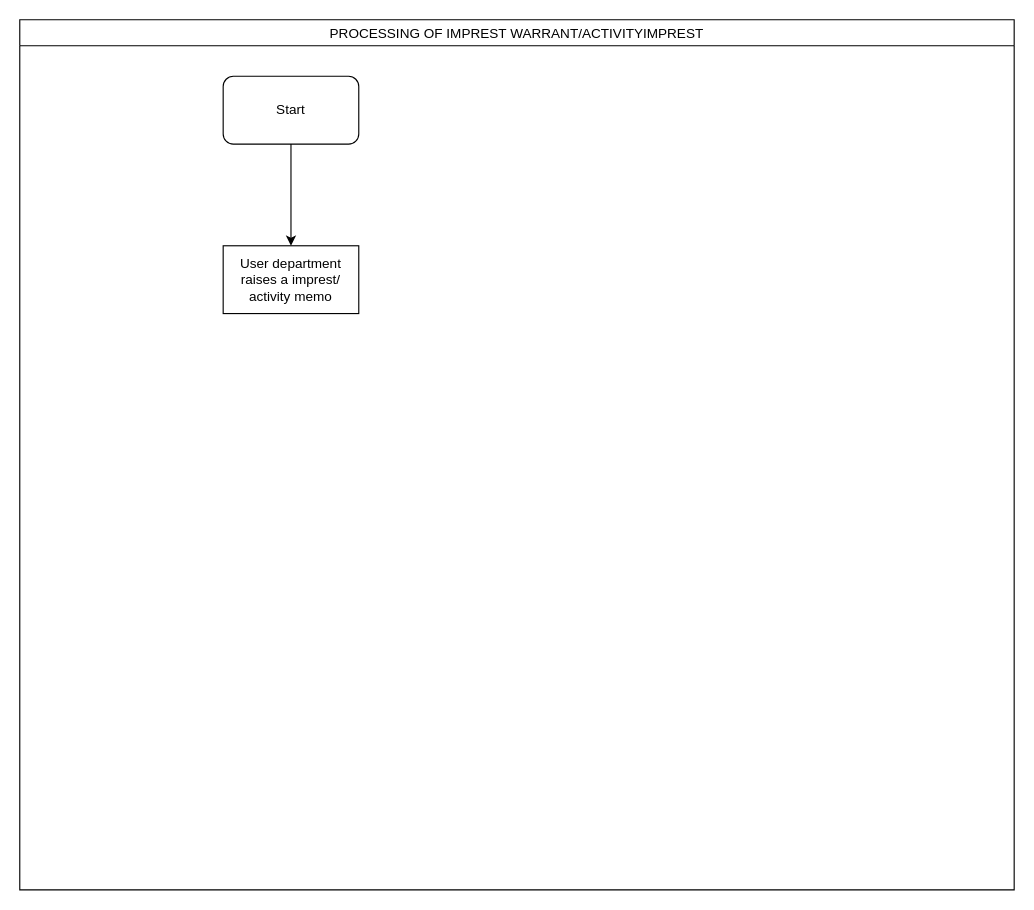
Earlier version of the draw.io diagram TPF-fin-Processing of Imprest Warrant.drawio (kmagua/flowcharts). Source tidied: cells renumbered, new cells numbered last; positions are measured from the earlier drawing's top-left corner, leaving out a move shared by most shapes. Both pictures are drawn from the tidied source at 113%, with x=0, y=0 at pixel (19, 19).
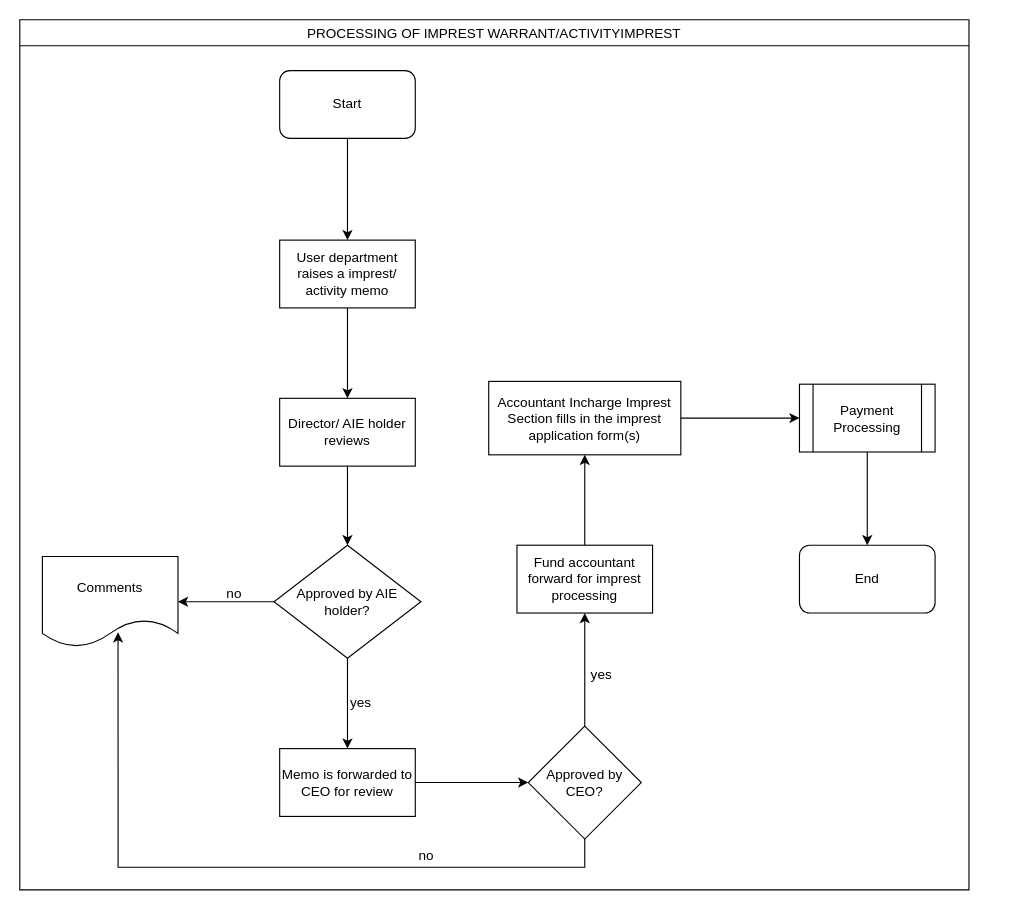
The same diagram, later.

Change to the diagram source:
```diff
@@
     <mxCell id="2" value="PROCESSING OF IMPREST WARRANT/ACTIVITYIMPREST" style="swimlane;fontStyle=0;" parent="1" vertex="1">
-      <mxGeometry width="880" height="770" as="geometry" />
+      <mxGeometry width="840" height="770" as="geometry" />
     </mxCell>
     <mxCell id="3" value="Start" style="rounded=1;whiteSpace=wrap;html=1;" parent="2" vertex="1">
-      <mxGeometry x="180" y="50" width="120" height="60" as="geometry" />
+      <mxGeometry x="230" y="45" width="120" height="60" as="geometry" />
     </mxCell>
     <mxCell id="4" value="User department raises a imprest/ activity memo" style="rounded=0;whiteSpace=wrap;html=1;" parent="2" vertex="1">
-      <mxGeometry x="180" y="200" width="120" height="60" as="geometry" />
+      <mxGeometry x="230" y="195" width="120" height="60" as="geometry" />
     </mxCell>
@@
+    <mxCell id="6" value="Approved by AIE holder?" style="rhombus;whiteSpace=wrap;html=1;rounded=0;" parent="2" vertex="1">
+      <mxGeometry x="225" y="465" width="130" height="100" as="geometry" />
+    </mxCell>
+    <mxCell id="7" value="Memo is forwarded to CEO for review" style="whiteSpace=wrap;html=1;rounded=0;" parent="2" vertex="1">
+      <mxGeometry x="230" y="645" width="120" height="60" as="geometry" />
+    </mxCell>
+    <mxCell id="8" style="edgeStyle=orthogonalEdgeStyle;rounded=0;jettySize=auto;html=1;" parent="2" edge="1" source="6" target="7">
+      <mxGeometry relative="1" as="geometry" />
+    </mxCell>
+    <mxCell id="9" value="Comments" style="shape=document;whiteSpace=wrap;html=1;boundedLbl=1;rounded=0;" parent="2" vertex="1">
+      <mxGeometry x="20" y="475" width="120" height="80" as="geometry" />
+    </mxCell>
+    <mxCell id="10" style="edgeStyle=orthogonalEdgeStyle;rounded=0;jettySize=auto;html=1;exitX=0;exitY=0.5;exitDx=0;exitDy=0;entryX=1;entryY=0.5;entryDx=0;entryDy=0;" parent="2" edge="1" source="6" target="9">
+      <mxGeometry relative="1" as="geometry" />
+    </mxCell>
+    <mxCell id="11" value="Accountant Incharge Imprest Section fills in the imprest application form(s)" style="whiteSpace=wrap;html=1;rounded=0;" parent="2" vertex="1">
+      <mxGeometry x="415" y="320" width="170" height="65" as="geometry" />
+    </mxCell>
+    <mxCell id="12" value="End" style="rounded=1;whiteSpace=wrap;html=1;" parent="2" vertex="1">
+      <mxGeometry x="690" y="465" width="120" height="60" as="geometry" />
+    </mxCell>
+    <mxCell id="13" style="edgeStyle=orthogonalEdgeStyle;rounded=0;jettySize=auto;html=1;" parent="1" edge="1" source="14" target="6">
+      <mxGeometry relative="1" as="geometry" />
+    </mxCell>
+    <mxCell id="14" value="Director/ AIE holder reviews " style="rounded=0;whiteSpace=wrap;html=1;" parent="1" vertex="1">
+      <mxGeometry x="230" y="335" width="120" height="60" as="geometry" />
+    </mxCell>
+    <mxCell id="15" style="edgeStyle=orthogonalEdgeStyle;rounded=0;jettySize=auto;html=1;" parent="1" edge="1" source="4" target="14">
+      <mxGeometry relative="1" as="geometry" />
+    </mxCell>
+    <mxCell id="16" style="edgeStyle=orthogonalEdgeStyle;rounded=0;jettySize=auto;html=1;entryX=0.558;entryY=0.838;entryDx=0;entryDy=0;entryPerimeter=0;" parent="1" edge="1" source="18" target="9">
+      <mxGeometry relative="1" as="geometry">
+        <Array as="points">
+          <mxPoint x="500" y="750" />
+          <mxPoint x="87" y="750" />
+        </Array>
+      </mxGeometry>
+    </mxCell>
+    <mxCell id="17" style="edgeStyle=orthogonalEdgeStyle;rounded=0;jettySize=auto;html=1;" parent="1" edge="1" source="18" target="24">
+      <mxGeometry relative="1" as="geometry" />
+    </mxCell>
+    <mxCell id="18" value="Approved by CEO?" style="rhombus;whiteSpace=wrap;html=1;rounded=0;" parent="1" vertex="1">
+      <mxGeometry x="450" y="625" width="100" height="100" as="geometry" />
+    </mxCell>
+    <mxCell id="19" style="edgeStyle=orthogonalEdgeStyle;rounded=0;jettySize=auto;html=1;" parent="1" edge="1" source="7" target="18">
+      <mxGeometry relative="1" as="geometry" />
+    </mxCell>
+    <mxCell id="20" value="yes" style="text;html=1;strokeColor=none;fillColor=none;align=center;verticalAlign=middle;whiteSpace=wrap;rounded=0;" parent="1" vertex="1">
+      <mxGeometry x="282" y="595" width="40" height="20" as="geometry" />
+    </mxCell>
+    <mxCell id="21" value="no" style="text;html=1;strokeColor=none;fillColor=none;align=center;verticalAlign=middle;whiteSpace=wrap;rounded=0;" parent="1" vertex="1">
+      <mxGeometry x="340" y="730" width="40" height="20" as="geometry" />
+    </mxCell>
+    <mxCell id="22" value="no" style="text;html=1;strokeColor=none;fillColor=none;align=center;verticalAlign=middle;whiteSpace=wrap;rounded=0;" parent="1" vertex="1">
+      <mxGeometry x="170" y="498" width="40" height="20" as="geometry" />
+    </mxCell>
+    <mxCell id="23" style="edgeStyle=orthogonalEdgeStyle;rounded=0;jettySize=auto;html=1;" parent="1" edge="1" source="24" target="11">
+      <mxGeometry relative="1" as="geometry" />
+    </mxCell>
+    <mxCell id="24" value="Fund accountant forward for imprest processing" style="whiteSpace=wrap;html=1;rounded=0;" parent="1" vertex="1">
+      <mxGeometry x="440" y="465" width="120" height="60" as="geometry" />
+    </mxCell>
+    <mxCell id="25" style="edgeStyle=orthogonalEdgeStyle;rounded=0;jettySize=auto;html=1;entryX=0.5;entryY=0;entryDx=0;entryDy=0;" parent="1" edge="1" source="26" target="12">
+      <mxGeometry relative="1" as="geometry" />
+    </mxCell>
+    <mxCell id="26" value="Payment Processing" style="shape=process;whiteSpace=wrap;html=1;backgroundOutline=1;rounded=0;" parent="1" vertex="1">
+      <mxGeometry x="690" y="322.5" width="120" height="60" as="geometry" />
+    </mxCell>
+    <mxCell id="27" style="edgeStyle=orthogonalEdgeStyle;rounded=0;jettySize=auto;html=1;" parent="1" edge="1" source="11" target="26">
+      <mxGeometry relative="1" as="geometry" />
+    </mxCell>
+    <mxCell id="28" value="yes" style="text;html=1;strokeColor=none;fillColor=none;align=center;verticalAlign=middle;whiteSpace=wrap;rounded=0;" parent="1" vertex="1">
+      <mxGeometry x="495" y="570" width="40" height="20" as="geometry" />
+    </mxCell>
```
